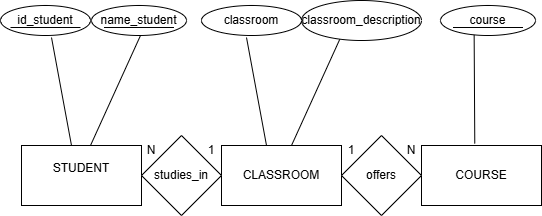
This is diagrams/chen-er-diagram.png from Raana-1375/ex-db-normalization-project, a draw.io export, as it was before one commit. Source tidied: cells renumbered, new cells last; positions are measured from the earlier drawing's top-left corner, leaving out a move shared by most shapes.
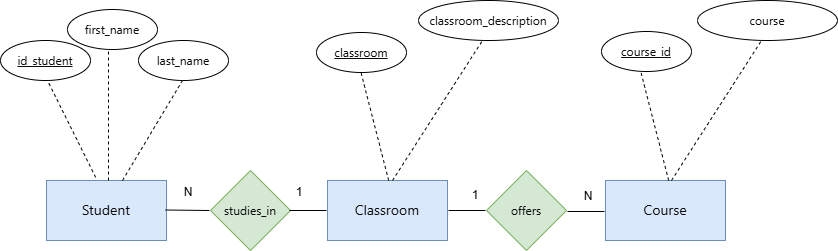
The same diagram one commit later.

Commit message:
docs: add README.md with project description and diagrams

The edit, as a diff of the source:
```diff
@@ -2,92 +2,119 @@
   <root>
     <mxCell id="0" />
     <mxCell id="1" parent="0" />
-    <mxCell id="2" value="&#10;STUDENT&#10;&#10;" style="rounded=0;whiteSpace=wrap;html=1;" parent="1" vertex="1">
-      <mxGeometry x="21" y="145" width="120" height="60" as="geometry" />
-    </mxCell>
-    <mxCell id="3" value="CLASSROOM" style="rounded=0;whiteSpace=wrap;html=1;" parent="1" vertex="1">
-      <mxGeometry x="221" y="145" width="120" height="60" as="geometry" />
-    </mxCell>
-    <mxCell id="4" value="COURSE" style="rounded=0;whiteSpace=wrap;html=1;" parent="1" vertex="1">
-      <mxGeometry x="421" y="145" width="120" height="60" as="geometry" />
-    </mxCell>
+    <mxCell id="24" value="&lt;span style=&quot;color: rgb(11, 11, 11); font-family: &amp;quot;Anthropic Sans&amp;quot;, -apple-system, BlinkMacSystemFont, &amp;quot;Segoe UI&amp;quot;, sans-serif; font-size: 14px; text-align: start; white-space: nowrap;&quot;&gt;Student&lt;/span&gt;" style="rounded=0;whiteSpace=wrap;html=1;fillColor=#dae8fc;strokeColor=#6c8ebf;" parent="1" vertex="1">
+      <mxGeometry x="-59" y="385" width="120" height="60" as="geometry" />
+    </mxCell>
+    <mxCell id="25" value="&lt;span style=&quot;color: rgb(11, 11, 11); font-family: &amp;quot;Anthropic Sans&amp;quot;, -apple-system, BlinkMacSystemFont, &amp;quot;Segoe UI&amp;quot;, sans-serif; font-size: 14px; text-align: start; white-space: nowrap;&quot;&gt;Classroom&lt;/span&gt;" style="rounded=0;whiteSpace=wrap;html=1;fillColor=#dae8fc;strokeColor=#6c8ebf;" parent="1" vertex="1">
+      <mxGeometry x="222" y="385" width="120" height="60" as="geometry" />
+    </mxCell>
+    <mxCell id="26" value="&lt;span style=&quot;color: rgb(11, 11, 11); font-family: &amp;quot;Anthropic Sans&amp;quot;, -apple-system, BlinkMacSystemFont, &amp;quot;Segoe UI&amp;quot;, sans-serif; font-size: 14px; text-align: start; white-space: nowrap;&quot;&gt;Course&lt;/span&gt;" style="rounded=0;whiteSpace=wrap;html=1;fillColor=#dae8fc;strokeColor=#6c8ebf;" parent="1" vertex="1">
+      <mxGeometry x="500" y="385" width="120" height="60" as="geometry" />
+    </mxCell>
+    <mxCell id="6" value="&lt;span style=&quot;color: rgb(11, 11, 11); font-family: &amp;quot;Anthropic Sans&amp;quot;, -apple-system, BlinkMacSystemFont, &amp;quot;Segoe UI&amp;quot;, sans-serif; text-align: start; white-space: nowrap;&quot;&gt;studies_in&lt;/span&gt;" style="rhombus;whiteSpace=wrap;html=1;fillColor=#d5e8d4;strokeColor=#82b366;" parent="1" vertex="1">
+      <mxGeometry x="105" y="375" width="80" height="80" as="geometry" />
+    </mxCell>
-    <mxCell id="5" value="offers" style="rhombus;whiteSpace=wrap;html=1;" parent="1" vertex="1">
-      <mxGeometry x="341" y="135" width="80" height="80" as="geometry" />
+    <mxCell id="5" value="&lt;span style=&quot;color: rgb(11, 11, 11); font-family: &amp;quot;Anthropic Sans&amp;quot;, -apple-system, BlinkMacSystemFont, &amp;quot;Segoe UI&amp;quot;, sans-serif; text-align: start; white-space: nowrap;&quot;&gt;offers&lt;/span&gt;" style="rhombus;whiteSpace=wrap;html=1;fillColor=#d5e8d4;strokeColor=#82b366;" parent="1" vertex="1">
+      <mxGeometry x="381" y="375" width="80" height="80" as="geometry" />
     </mxCell>
-    <mxCell id="6" value="studies_in" style="rhombus;whiteSpace=wrap;html=1;" parent="1" vertex="1">
-      <mxGeometry x="141" y="135" width="80" height="80" as="geometry" />
-    </mxCell>
-    <mxCell id="7" value="N" style="text;html=1;whiteSpace=wrap;strokeColor=none;fillColor=none;align=center;verticalAlign=middle;rounded=0;" parent="1" vertex="1">
-      <mxGeometry x="121" y="135" width="60" height="30" as="geometry" />
-    </mxCell>
-    <mxCell id="8" value="1" style="text;html=1;whiteSpace=wrap;strokeColor=none;fillColor=none;align=center;verticalAlign=middle;rounded=0;" parent="1" vertex="1">
-      <mxGeometry x="181" y="135" width="60" height="30" as="geometry" />
-    </mxCell>
-    <mxCell id="9" value="1" style="text;html=1;whiteSpace=wrap;strokeColor=none;fillColor=none;align=center;verticalAlign=middle;rounded=0;" parent="1" vertex="1">
-      <mxGeometry x="321" y="135" width="60" height="30" as="geometry" />
-    </mxCell>
-    <mxCell id="10" value="N" style="text;html=1;whiteSpace=wrap;strokeColor=none;fillColor=none;align=center;verticalAlign=middle;rounded=0;" parent="1" vertex="1">
-      <mxGeometry x="381" y="135" width="60" height="30" as="geometry" />
-    </mxCell>
-    <mxCell id="11" style="endArrow=none;html=1;rounded=0;" parent="1" edge="1">
-      <mxGeometry relative="1" as="geometry">
-        <mxPoint x="71" y="145" as="sourcePoint" />
-        <mxPoint x="51" y="37" as="targetPoint" />
-      </mxGeometry>
-    </mxCell>
-    <mxCell id="12" style="endArrow=none;html=1;rounded=0;" parent="1" edge="1">
-      <mxGeometry relative="1" as="geometry">
-        <mxPoint x="90" y="145" as="sourcePoint" />
-        <mxPoint x="140" y="35" as="targetPoint" />
-      </mxGeometry>
-    </mxCell>
+    <mxCell id="27" style="endArrow=none;dashed=1;html=1;rounded=0;" parent="1" edge="1">
+      <mxGeometry relative="1" as="geometry">
+        <mxPoint x="17" y="385" as="sourcePoint" />
+        <mxPoint x="77" y="285" as="targetPoint" />
+      </mxGeometry>
+    </mxCell>
+    <mxCell id="28" style="endArrow=none;dashed=1;html=1;rounded=0;exitX=0.318;exitY=-0.053;exitDx=0;exitDy=0;exitPerimeter=0;" parent="1" edge="1">
+      <mxGeometry relative="1" as="geometry">
+        <mxPoint x="-9.8" y="381.8" as="sourcePoint" />
+        <mxPoint x="-58" y="285" as="targetPoint" />
+      </mxGeometry>
+    </mxCell>
+    <mxCell id="29" style="endArrow=none;dashed=1;html=1;rounded=0;" parent="1" edge="1">
+      <mxGeometry relative="1" as="geometry">
+        <mxPoint x="3" y="385" as="sourcePoint" />
+        <mxPoint x="3" y="255" as="targetPoint" />
+      </mxGeometry>
+    </mxCell>
-    <mxCell id="13" value="id_student" style="ellipse;whiteSpace=wrap;html=1;" parent="1" vertex="1">
-      <mxGeometry y="5" width="90" height="30" as="geometry" />
+    <mxCell id="13" value="&lt;span style=&quot;color: rgb(11, 11, 11); font-family: &amp;quot;Anthropic Sans&amp;quot;, -apple-system, BlinkMacSystemFont, &amp;quot;Segoe UI&amp;quot;, sans-serif; text-align: start; white-space: nowrap; text-decoration: underline;&quot;&gt;id_student&lt;/span&gt;" style="ellipse;whiteSpace=wrap;html=1;" parent="1" vertex="1">
+      <mxGeometry x="-105" y="245" width="90" height="40" as="geometry" />
     </mxCell>
-    <mxCell id="14" value="name_student" style="ellipse;whiteSpace=wrap;html=1;" parent="1" vertex="1">
-      <mxGeometry x="91" y="5" width="95" height="30" as="geometry" />
-    </mxCell>
-    <mxCell id="15" style="endArrow=none;html=1;rounded=0;" parent="1" edge="1">
-      <mxGeometry relative="1" as="geometry">
-        <mxPoint x="266" y="145" as="sourcePoint" />
-        <mxPoint x="246" y="37" as="targetPoint" />
-      </mxGeometry>
-    </mxCell>
+    <mxCell id="30" value="&lt;span style=&quot;color: rgb(11, 11, 11); font-family: &amp;quot;Anthropic Sans&amp;quot;, -apple-system, BlinkMacSystemFont, &amp;quot;Segoe UI&amp;quot;, sans-serif; text-align: start; white-space: nowrap;&quot;&gt;last_name&lt;/span&gt;" style="ellipse;whiteSpace=wrap;html=1;" parent="1" vertex="1">
+      <mxGeometry x="33" y="245" width="90" height="40" as="geometry" />
+    </mxCell>
+    <mxCell id="31" value="&lt;span style=&quot;color: rgb(11, 11, 11); font-family: &amp;quot;Anthropic Sans&amp;quot;, -apple-system, BlinkMacSystemFont, &amp;quot;Segoe UI&amp;quot;, sans-serif; text-align: start; white-space: nowrap;&quot;&gt;first_name&lt;/span&gt;" style="ellipse;whiteSpace=wrap;html=1;" parent="1" vertex="1">
+      <mxGeometry x="-38" y="214" width="90" height="40" as="geometry" />
+    </mxCell>
+    <mxCell id="32" style="endArrow=none;dashed=1;html=1;rounded=0;" parent="1" edge="1">
+      <mxGeometry relative="1" as="geometry">
+        <mxPoint x="287" y="385" as="sourcePoint" />
+        <mxPoint x="377" y="245" as="targetPoint" />
+      </mxGeometry>
+    </mxCell>
+    <mxCell id="33" style="endArrow=none;dashed=1;html=1;rounded=0;exitX=0.318;exitY=-0.053;exitDx=0;exitDy=0;exitPerimeter=0;" parent="1" edge="1">
+      <mxGeometry relative="1" as="geometry">
+        <mxPoint x="283.2" y="385" as="sourcePoint" />
+        <mxPoint x="255" y="275" as="targetPoint" />
+      </mxGeometry>
+    </mxCell>
-    <mxCell id="16" value="classroom" style="ellipse;whiteSpace=wrap;html=1;" parent="1" vertex="1">
-      <mxGeometry x="201" y="5" width="100" height="30" as="geometry" />
+    <mxCell id="16" value="&lt;span style=&quot;color: rgb(11, 11, 11); font-family: &amp;quot;Anthropic Sans&amp;quot;, -apple-system, BlinkMacSystemFont, &amp;quot;Segoe UI&amp;quot;, sans-serif; text-align: start; white-space: nowrap; text-decoration: underline;&quot;&gt;classroom&lt;/span&gt;" style="ellipse;whiteSpace=wrap;html=1;" parent="1" vertex="1">
+      <mxGeometry x="211" y="237" width="90" height="40" as="geometry" />
     </mxCell>
-    <mxCell id="17" style="endArrow=none;html=1;rounded=0;" parent="1" edge="1">
-      <mxGeometry relative="1" as="geometry">
-        <mxPoint x="291" y="145" as="sourcePoint" />
-        <mxPoint x="341" y="35" as="targetPoint" />
-      </mxGeometry>
-    </mxCell>
-    <mxCell id="18" value="classroom_description" style="ellipse;whiteSpace=wrap;html=1;" parent="1" vertex="1">
-      <mxGeometry x="301" width="120" height="40" as="geometry" />
+    <mxCell id="18" value="&lt;span style=&quot;color: rgb(11, 11, 11); font-family: &amp;quot;Anthropic Sans&amp;quot;, -apple-system, BlinkMacSystemFont, &amp;quot;Segoe UI&amp;quot;, sans-serif; text-align: start; white-space: nowrap;&quot;&gt;classroom_description&lt;/span&gt;" style="ellipse;whiteSpace=wrap;html=1;" parent="1" vertex="1">
+      <mxGeometry x="313" y="205" width="140" height="40" as="geometry" />
     </mxCell>
-    <mxCell id="19" style="endArrow=none;html=1;rounded=0;exitX=0.444;exitY=-0.033;exitDx=0;exitDy=0;exitPerimeter=0;entryX=0.354;entryY=0.889;entryDx=0;entryDy=0;entryPerimeter=0;" parent="1" edge="1" source="4" target="20">
-      <mxGeometry relative="1" as="geometry" />
-    </mxCell>
+    <mxCell id="34" style="endArrow=none;dashed=1;html=1;rounded=0;" parent="1" edge="1">
+      <mxGeometry relative="1" as="geometry">
+        <mxPoint x="566" y="385" as="sourcePoint" />
+        <mxPoint x="656" y="245" as="targetPoint" />
+      </mxGeometry>
+    </mxCell>
+    <mxCell id="35" style="endArrow=none;dashed=1;html=1;rounded=0;exitX=0.318;exitY=-0.053;exitDx=0;exitDy=0;exitPerimeter=0;" parent="1" edge="1">
+      <mxGeometry relative="1" as="geometry">
+        <mxPoint x="563.2" y="385" as="sourcePoint" />
+        <mxPoint x="535" y="275" as="targetPoint" />
+      </mxGeometry>
+    </mxCell>
+    <mxCell id="36" value="&lt;span style=&quot;color: rgb(11, 11, 11); font-family: &amp;quot;Anthropic Sans&amp;quot;, -apple-system, BlinkMacSystemFont, &amp;quot;Segoe UI&amp;quot;, sans-serif; text-align: start; white-space: nowrap; text-decoration: underline;&quot;&gt;course_id&lt;/span&gt;" style="ellipse;whiteSpace=wrap;html=1;" parent="1" vertex="1">
+      <mxGeometry x="496" y="236" width="90" height="40" as="geometry" />
+    </mxCell>
-    <mxCell id="20" value="course" style="ellipse;whiteSpace=wrap;html=1;" parent="1" vertex="1">
-      <mxGeometry x="440" y="5" width="95" height="30" as="geometry" />
+    <mxCell id="20" value="&lt;span style=&quot;color: rgb(11, 11, 11); font-family: &amp;quot;Anthropic Sans&amp;quot;, -apple-system, BlinkMacSystemFont, &amp;quot;Segoe UI&amp;quot;, sans-serif; text-align: start; white-space: nowrap;&quot;&gt;course&lt;/span&gt;" style="ellipse;whiteSpace=wrap;html=1;" parent="1" vertex="1">
+      <mxGeometry x="592" y="205" width="140" height="40" as="geometry" />
     </mxCell>
-    <mxCell id="21" style="endArrow=none;html=1;rounded=0;" parent="1" edge="1">
-      <mxGeometry relative="1" as="geometry">
-        <mxPoint x="10" y="27" as="sourcePoint" />
-        <mxPoint x="80" y="27" as="targetPoint" />
-      </mxGeometry>
-    </mxCell>
-    <mxCell id="22" style="endArrow=none;html=1;rounded=0;" parent="1" edge="1">
-      <mxGeometry relative="1" as="geometry">
-        <mxPoint x="103.5" y="27" as="sourcePoint" />
-        <mxPoint x="173.5" y="27" as="targetPoint" />
-      </mxGeometry>
-    </mxCell>
-    <mxCell id="23" style="endArrow=none;html=1;rounded=0;" parent="1" edge="1">
-      <mxGeometry relative="1" as="geometry">
-        <mxPoint x="452.5" y="27" as="sourcePoint" />
-        <mxPoint x="522.5" y="27" as="targetPoint" />
-      </mxGeometry>
-    </mxCell>
+    <mxCell id="37" style="endArrow=none;html=1;rounded=0;entryX=0;entryY=0.5;entryDx=0;entryDy=0;" parent="1" edge="1">
+      <mxGeometry relative="1" as="geometry">
+        <mxPoint x="60" y="414.5" as="sourcePoint" />
+        <mxPoint x="104" y="415" as="targetPoint" />
+      </mxGeometry>
+    </mxCell>
+    <mxCell id="38" style="endArrow=none;html=1;rounded=0;" parent="1" edge="1">
+      <mxGeometry relative="1" as="geometry">
+        <mxPoint x="184" y="415" as="sourcePoint" />
+        <mxPoint x="221" y="415" as="targetPoint" />
+      </mxGeometry>
+    </mxCell>
+    <mxCell id="39" style="endArrow=none;html=1;rounded=0;" parent="1" edge="1">
+      <mxGeometry relative="1" as="geometry">
+        <mxPoint x="343" y="415" as="sourcePoint" />
+        <mxPoint x="380" y="415" as="targetPoint" />
+      </mxGeometry>
+    </mxCell>
+    <mxCell id="40" style="endArrow=none;html=1;rounded=0;" parent="1" edge="1">
+      <mxGeometry relative="1" as="geometry">
+        <mxPoint x="462" y="416" as="sourcePoint" />
+        <mxPoint x="499" y="416" as="targetPoint" />
+      </mxGeometry>
+    </mxCell>
+    <mxCell id="41" value="N" style="text;html=1;whiteSpace=wrap;strokeColor=none;fillColor=none;align=center;verticalAlign=middle;rounded=0;" parent="1" vertex="1">
+      <mxGeometry x="53" y="382" width="60" height="30" as="geometry" />
+    </mxCell>
+    <mxCell id="42" value="N" style="text;html=1;whiteSpace=wrap;strokeColor=none;fillColor=none;align=center;verticalAlign=middle;rounded=0;" parent="1" vertex="1">
+      <mxGeometry x="453" y="386" width="60" height="30" as="geometry" />
+    </mxCell>
+    <mxCell id="43" value="1" style="text;html=1;whiteSpace=wrap;strokeColor=none;fillColor=none;align=center;verticalAlign=middle;rounded=0;" parent="1" vertex="1">
+      <mxGeometry x="164" y="382" width="60" height="30" as="geometry" />
+    </mxCell>
+    <mxCell id="44" value="1" style="text;html=1;whiteSpace=wrap;strokeColor=none;fillColor=none;align=center;verticalAlign=middle;rounded=0;" parent="1" vertex="1">
+      <mxGeometry x="340" y="385" width="60" height="30" as="geometry" />
+    </mxCell>
   </root>
 </mxGraphModel>
```
